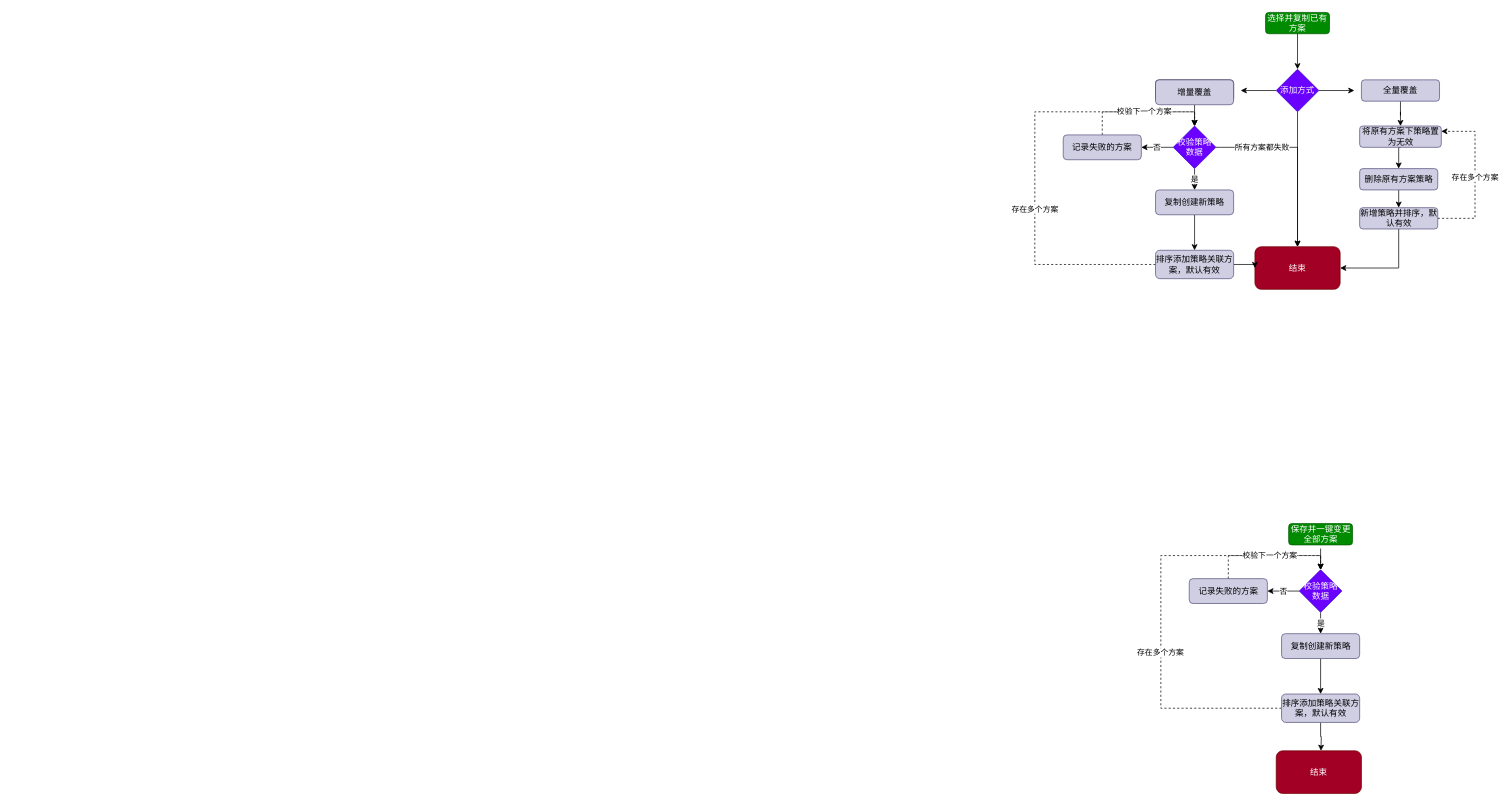
Before: 未命名绘图.drawio in y13513867074/draw, a draw.io diagram. Source tidied: cells renumbered, new cells numbered last; positions are measured from the earlier drawing's top-left corner, leaving out a move shared by most shapes. Both pictures are drawn from the tidied source at 71%, with x=0, y=0 at pixel (1034, 12).
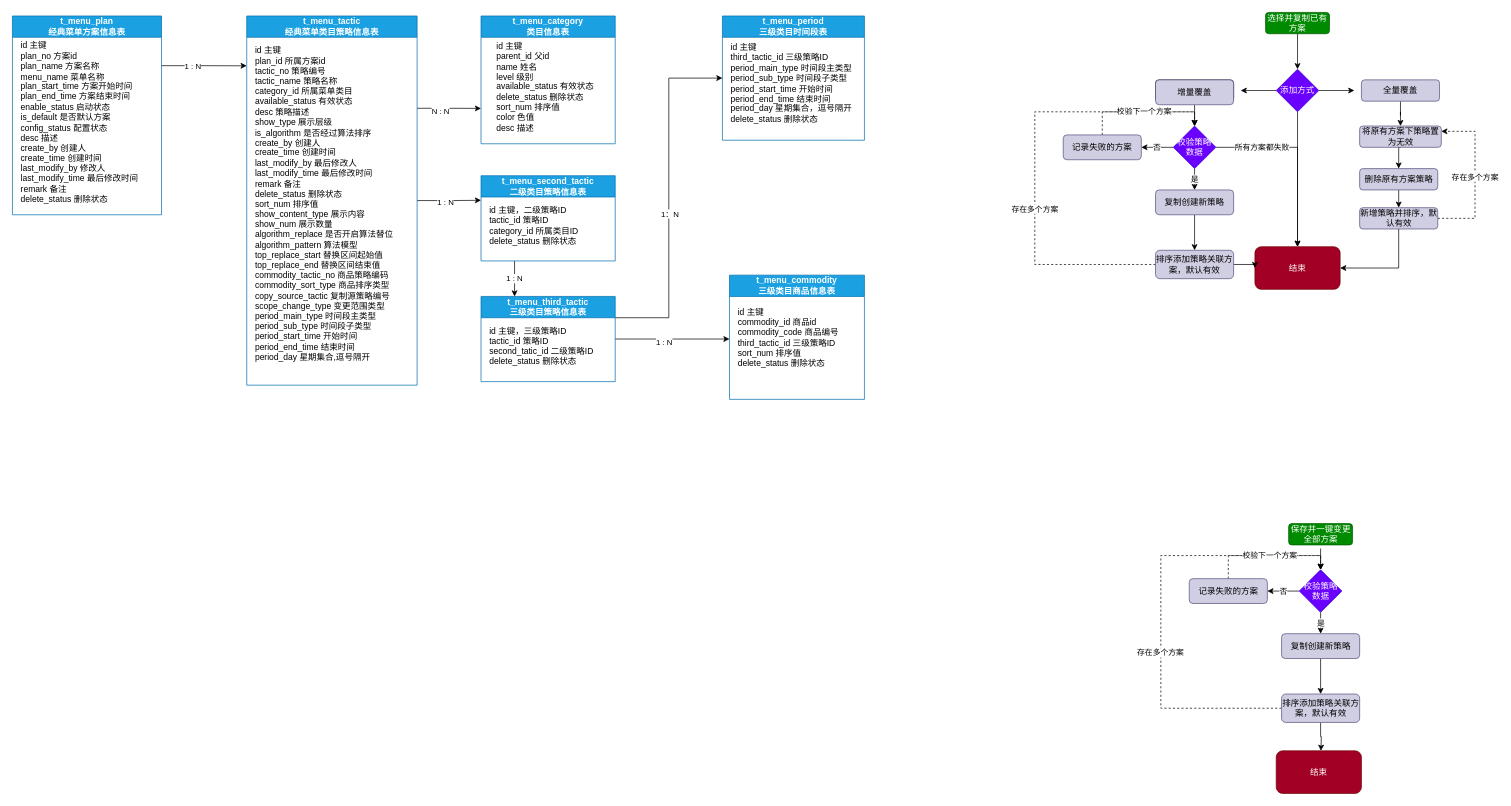
The same diagram, later.

Commit message:
触点经典菜单.drawio

The edit, as a diff of the source:
```diff
@@
+    <mxCell id="47" value="t_menu_category&lt;br&gt;类目信息表" style="swimlane;whiteSpace=wrap;html=1;startSize=30;fillColor=#1ba1e2;fontColor=#ffffff;strokeColor=#006EAF;" parent="1" vertex="1">
+      <mxGeometry x="-780" y="5" width="189" height="180" as="geometry" />
+    </mxCell>
+    <mxCell id="48" value="id 主键&lt;br&gt;parent_id 父id&lt;br&gt;name 姓名&lt;br&gt;level 级别&lt;br&gt;available_status 有效状态&lt;br&gt;delete_status 删除状态&lt;br&gt;sort_num 排序值&lt;br&gt;color 色值&lt;br&gt;desc 描述" style="text;html=1;align=left;verticalAlign=middle;strokeColor=none;fillColor=none;" parent="47" vertex="1">
+      <mxGeometry x="20" y="30" width="160" height="140" as="geometry" />
+    </mxCell>
+    <mxCell id="49" value="t_menu_commodity&lt;br&gt;三级类目商品信息表" style="swimlane;whiteSpace=wrap;html=1;startSize=30;fillColor=#1ba1e2;fontColor=#ffffff;strokeColor=#006EAF;" parent="1" vertex="1">
+      <mxGeometry x="-430" y="370" width="190" height="175" as="geometry" />
+    </mxCell>
+    <mxCell id="50" value="id 主键&lt;br&gt;commodity_id 商品id&lt;br&gt;commodity_code 商品编号&lt;br&gt;third_tactic_id 三级策略ID&lt;br&gt;sort_num 排序值&lt;br&gt;delete_status 删除状态" style="text;html=1;align=left;verticalAlign=middle;strokeColor=none;fillColor=none;" parent="49" vertex="1">
+      <mxGeometry x="10" y="37.5" width="170" height="100" as="geometry" />
+    </mxCell>
+    <mxCell id="51" value="t_menu_period&lt;br&gt;三级类目时间段表" style="swimlane;whiteSpace=wrap;html=1;startSize=30;fillColor=#1ba1e2;fontColor=#ffffff;strokeColor=#006EAF;" parent="1" vertex="1">
+      <mxGeometry x="-440" y="5" width="200" height="175" as="geometry" />
+    </mxCell>
+    <mxCell id="52" value="id 主键&lt;br&gt;third_tactic_id 三级策略ID&lt;br&gt;period_main_type 时间段主类型&lt;br&gt;period_sub_type 时间段子类型&lt;br&gt;period_start_time 开始时间&lt;br&gt;period_end_time 结束时间&lt;br&gt;period_day 星期集合，逗号隔开&lt;br&gt;delete_status 删除状态" style="text;html=1;align=left;verticalAlign=middle;strokeColor=none;fillColor=none;" parent="51" vertex="1">
+      <mxGeometry x="10" y="30" width="190" height="130" as="geometry" />
+    </mxCell>
+    <mxCell id="53" style="edgeStyle=orthogonalEdgeStyle;rounded=0;jettySize=auto;html=1;exitX=1;exitY=0.25;exitDx=0;exitDy=0;" parent="1" edge="1" source="55">
+      <mxGeometry relative="1" as="geometry">
+        <mxPoint x="-1110" y="75.2" as="targetPoint" />
+      </mxGeometry>
+    </mxCell>
+    <mxCell id="54" value="1 : N" style="edgeLabel;html=1;align=center;verticalAlign=middle;" parent="53" vertex="1">
+      <mxGeometry x="-0.29" relative="1" as="geometry" />
+    </mxCell>
+    <mxCell id="55" value="t_menu_plan&lt;br&gt;经典菜单方案信息表" style="swimlane;whiteSpace=wrap;html=1;startSize=30;fillColor=#1ba1e2;fontColor=#ffffff;strokeColor=#006EAF;" parent="1" vertex="1">
+      <mxGeometry x="-1440" y="5" width="210" height="280" as="geometry" />
+    </mxCell>
+    <mxCell id="56" value="id 主键&lt;br&gt;plan_no 方案id&lt;br&gt;plan_name 方案名称&lt;br&gt;menu_name 菜单名称&lt;br&gt;plan_start_time 方案开始时间&lt;br&gt;plan_end_time 方案结束时间&lt;br&gt;enable_status 启动状态&lt;br&gt;is_default 是否默认方案&lt;br&gt;config_status 配置状态&lt;br&gt;desc 描述&lt;br&gt;create_by 创建人&lt;br&gt;create_time 创建时间&lt;br&gt;last_modify_by 修改人&lt;br&gt;last_modify_time 最后修改时间&lt;br&gt;remark 备注&lt;br&gt;delete_status 删除状态" style="text;html=1;align=left;verticalAlign=middle;strokeColor=none;fillColor=none;" parent="55" vertex="1">
+      <mxGeometry x="10" y="30" width="190" height="240" as="geometry" />
+    </mxCell>
+    <mxCell id="57" value="1 : N" style="edgeStyle=orthogonalEdgeStyle;rounded=0;jettySize=auto;html=1;exitX=0.25;exitY=1;exitDx=0;exitDy=0;entryX=0.25;entryY=0;entryDx=0;entryDy=0;" parent="1" edge="1" source="58" target="70">
+      <mxGeometry relative="1" as="geometry" />
+    </mxCell>
+    <mxCell id="58" value="t_menu_second_tactic&lt;br&gt;二级类目策略信息表" style="swimlane;whiteSpace=wrap;html=1;startSize=30;fillColor=#1ba1e2;fontColor=#ffffff;strokeColor=#006EAF;" parent="1" vertex="1">
+      <mxGeometry x="-780" y="230" width="189" height="120" as="geometry" />
+    </mxCell>
+    <mxCell id="59" value="id 主键，二级策略ID&lt;br&gt;tactic_id 策略ID&lt;br&gt;category_id 所属类目ID&lt;br&gt;delete_status 删除状态" style="text;html=1;align=left;verticalAlign=middle;strokeColor=none;fillColor=none;" parent="58" vertex="1">
+      <mxGeometry x="10" y="35" width="150" height="70" as="geometry" />
+    </mxCell>
+    <mxCell id="60" style="edgeStyle=orthogonalEdgeStyle;rounded=0;jettySize=auto;html=1;exitX=1;exitY=0.25;exitDx=0;exitDy=0;" parent="1" edge="1" source="64">
+      <mxGeometry relative="1" as="geometry">
+        <mxPoint x="-780" y="135.2" as="targetPoint" />
+      </mxGeometry>
+    </mxCell>
+    <mxCell id="61" value="N : N" style="edgeLabel;html=1;align=center;verticalAlign=middle;" parent="60" vertex="1">
+      <mxGeometry x="-0.29" y="-3" relative="1" as="geometry" />
+    </mxCell>
+    <mxCell id="62" style="edgeStyle=orthogonalEdgeStyle;rounded=0;jettySize=auto;html=1;exitX=1;exitY=0.5;exitDx=0;exitDy=0;" parent="1" edge="1" source="64">
+      <mxGeometry relative="1" as="geometry">
+        <mxPoint x="-780" y="264.6" as="targetPoint" />
+      </mxGeometry>
+    </mxCell>
+    <mxCell id="63" value="1 : N" style="edgeLabel;html=1;align=center;verticalAlign=middle;" parent="62" vertex="1">
+      <mxGeometry x="0.22" y="-3" relative="1" as="geometry">
+        <mxPoint x="-15" as="offset" />
+      </mxGeometry>
+    </mxCell>
+    <mxCell id="64" value="t_menu_tactic&lt;br&gt;经典菜单类目策略信息表" style="swimlane;whiteSpace=wrap;html=1;startSize=30;fillColor=#1ba1e2;fontColor=#ffffff;strokeColor=#006EAF;" parent="1" vertex="1">
+      <mxGeometry x="-1110" y="5" width="240" height="520" as="geometry" />
+    </mxCell>
+    <mxCell id="65" value="id 主键&lt;br&gt;plan_id 所属方案id&lt;br&gt;tactic_no 策略编号&lt;br&gt;tactic_name 策略名称&lt;br&gt;&lt;span style=&quot;background-color: initial;&quot;&gt;category_id 所属菜单类目&lt;/span&gt;&lt;div&gt;available_status 有效状态&lt;/div&gt;&lt;div&gt;desc 策略描述&lt;/div&gt;&lt;div&gt;show_type 展示层级&lt;/div&gt;&lt;div&gt;is_algorithm 是否经过算法排序&lt;/div&gt;&lt;div&gt;create_by 创建人&lt;/div&gt;&lt;div&gt;create_time 创建时间&lt;/div&gt;&lt;div&gt;last_modify_by 最后修改人&lt;/div&gt;&lt;div&gt;last_modify_time 最后修改时间&lt;/div&gt;&lt;div&gt;remark 备注&lt;/div&gt;&lt;div&gt;delete_status 删除状态&lt;/div&gt;&lt;div&gt;sort_num 排序值&lt;/div&gt;&lt;div&gt;show_content_type 展示内容&lt;/div&gt;&lt;div&gt;show_num 展示数量&lt;/div&gt;&lt;div&gt;algorithm_replace 是否开启算法替位&lt;/div&gt;&lt;div&gt;algorithm_pattern 算法模型&lt;/div&gt;&lt;div&gt;top_replace_start 替换区间起始值&lt;/div&gt;&lt;div&gt;top_replace_end 替换区间结束值&lt;/div&gt;&lt;div&gt;commodity_tactic_no 商品策略编码&lt;/div&gt;&lt;div&gt;commodity_sort_type 商品排序类型&lt;/div&gt;&lt;div&gt;copy_source_tactic 复制源策略编号&lt;/div&gt;&lt;div&gt;scope_change_type 变更范围类型&lt;/div&gt;&lt;div&gt;period_main_type 时间段主类型&lt;/div&gt;&lt;div&gt;period_sub_type 时间段子类型&lt;/div&gt;&lt;div&gt;period_start_time 开始时间&lt;/div&gt;&lt;div&gt;period_end_time 结束时间&lt;/div&gt;&lt;div&gt;period_day 星期集合,逗号隔开&lt;/div&gt;" style="text;html=1;align=left;verticalAlign=middle;strokeColor=none;fillColor=none;" parent="64" vertex="1">
+      <mxGeometry x="10" y="35" width="220" height="460" as="geometry" />
+    </mxCell>
+    <mxCell id="66" style="edgeStyle=orthogonalEdgeStyle;rounded=0;jettySize=auto;html=1;exitX=1;exitY=0.5;exitDx=0;exitDy=0;" parent="1" edge="1" source="70">
+      <mxGeometry relative="1" as="geometry">
+        <mxPoint x="-430" y="460" as="targetPoint" />
+      </mxGeometry>
+    </mxCell>
+    <mxCell id="67" value="1 : N" style="edgeLabel;html=1;align=center;verticalAlign=middle;" parent="66" vertex="1">
+      <mxGeometry x="-0.16" y="-4" relative="1" as="geometry" />
+    </mxCell>
+    <mxCell id="68" style="edgeStyle=orthogonalEdgeStyle;rounded=0;jettySize=auto;html=1;exitX=1;exitY=0.25;exitDx=0;exitDy=0;entryX=0;entryY=0.5;entryDx=0;entryDy=0;" parent="1" edge="1" source="70" target="51">
+      <mxGeometry relative="1" as="geometry" />
+    </mxCell>
+    <mxCell id="69" value="1：N&lt;br&gt;" style="edgeLabel;html=1;align=center;verticalAlign=middle;" parent="68" vertex="1">
+      <mxGeometry x="-0.09" y="-1" relative="1" as="geometry" />
+    </mxCell>
+    <mxCell id="70" value="t_menu_third_tactic&lt;br&gt;三级类目策略信息表" style="swimlane;whiteSpace=wrap;html=1;startSize=30;fillColor=#1ba1e2;fontColor=#ffffff;strokeColor=#006EAF;" parent="1" vertex="1">
+      <mxGeometry x="-780" y="400" width="189" height="120" as="geometry" />
+    </mxCell>
+    <mxCell id="71" value="id 主键，三级策略ID&lt;br&gt;tactic_id 策略ID&lt;br&gt;second_tatic_id 二级策略ID&lt;br&gt;delete_status 删除状态" style="text;html=1;align=left;verticalAlign=middle;strokeColor=none;fillColor=none;" parent="70" vertex="1">
+      <mxGeometry x="10" y="35" width="170" height="70" as="geometry" />
+    </mxCell>
```
